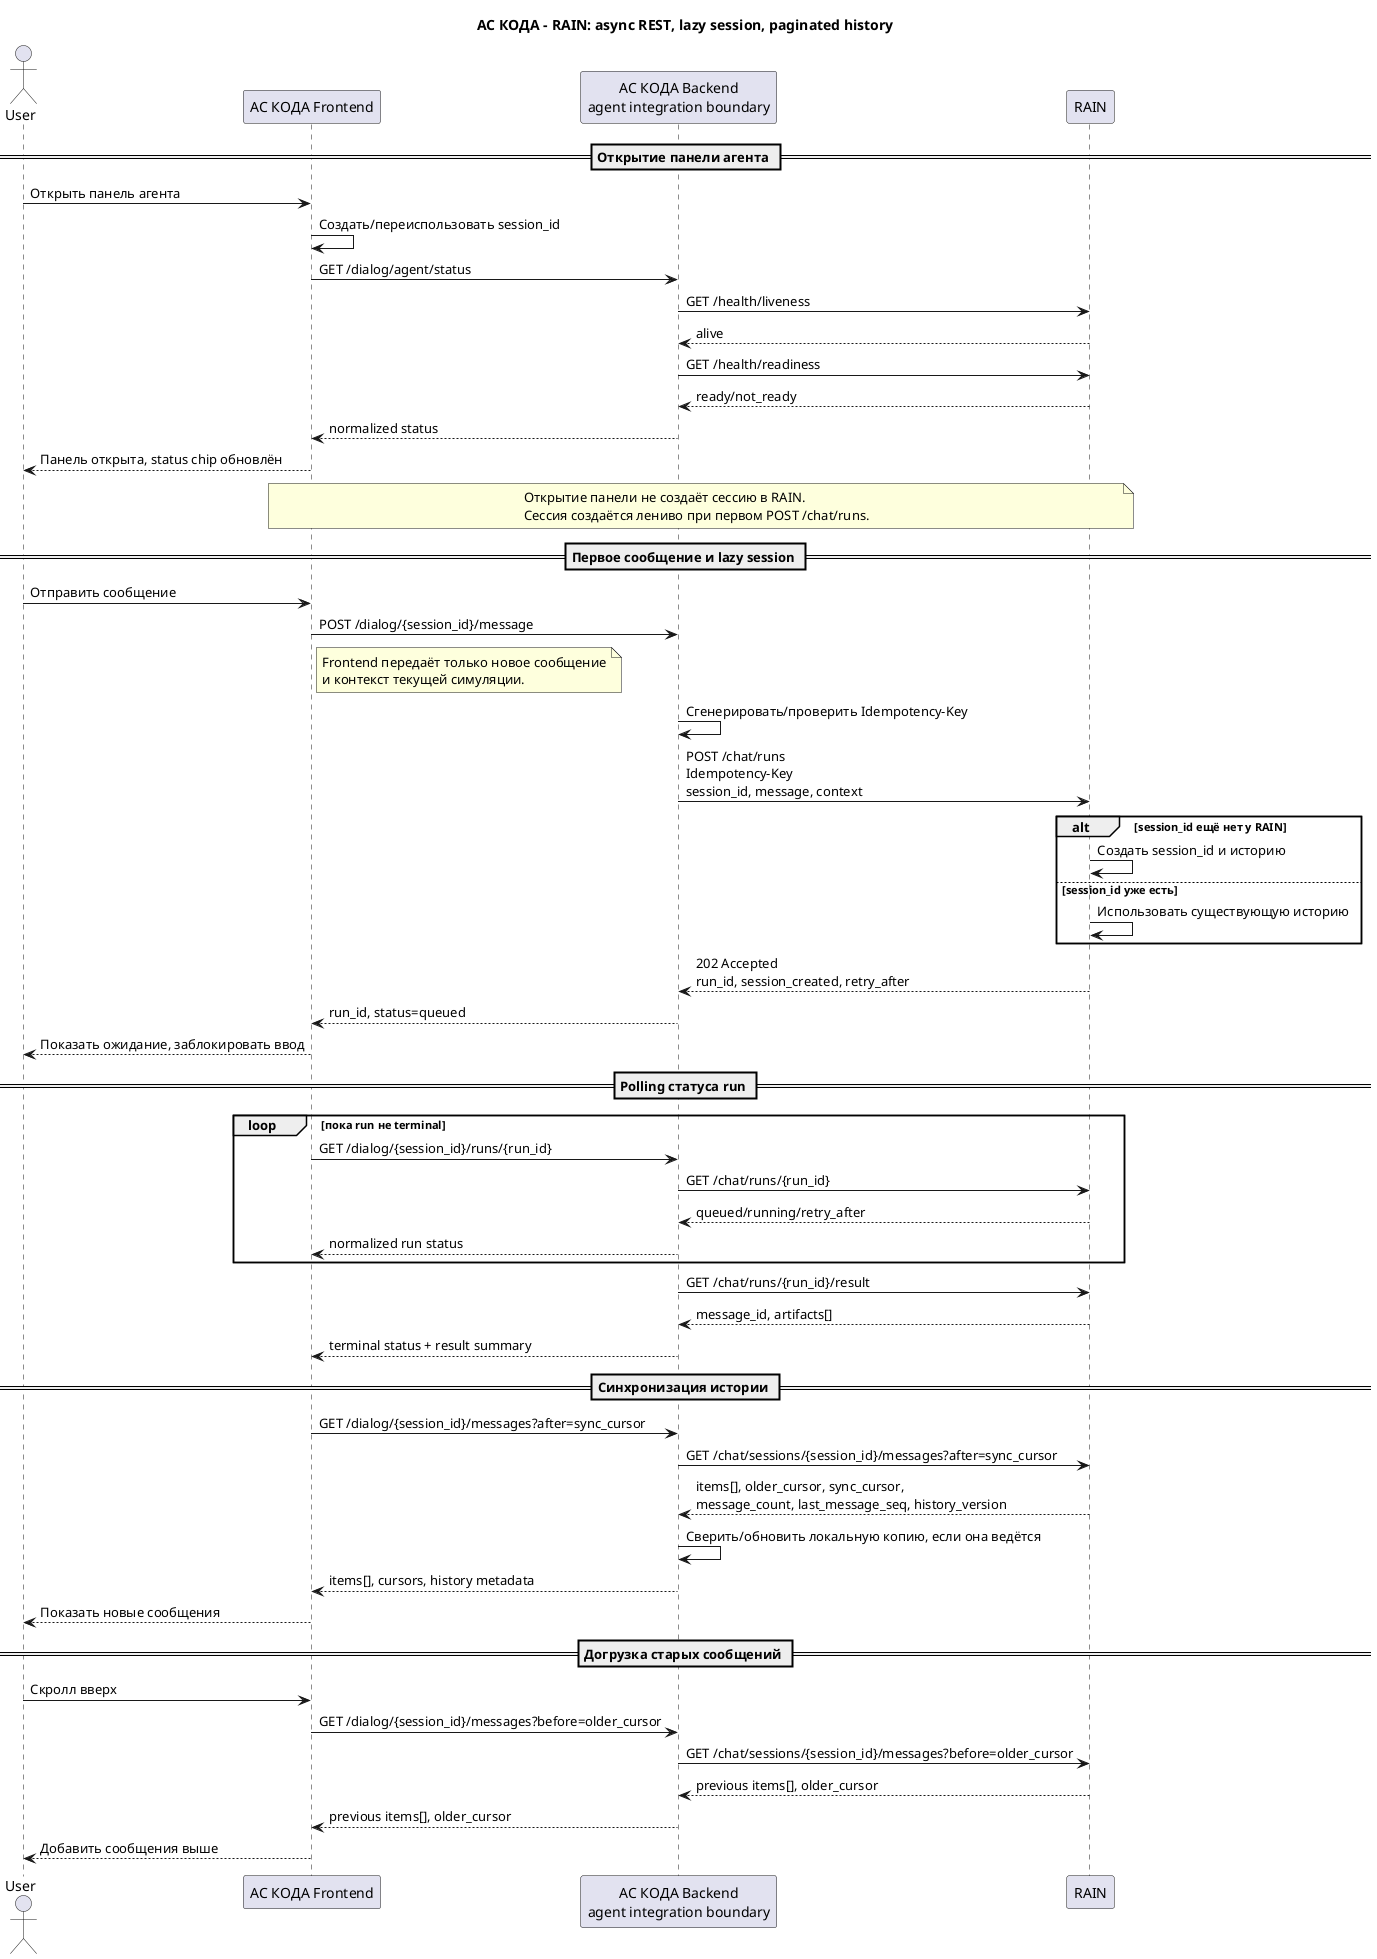
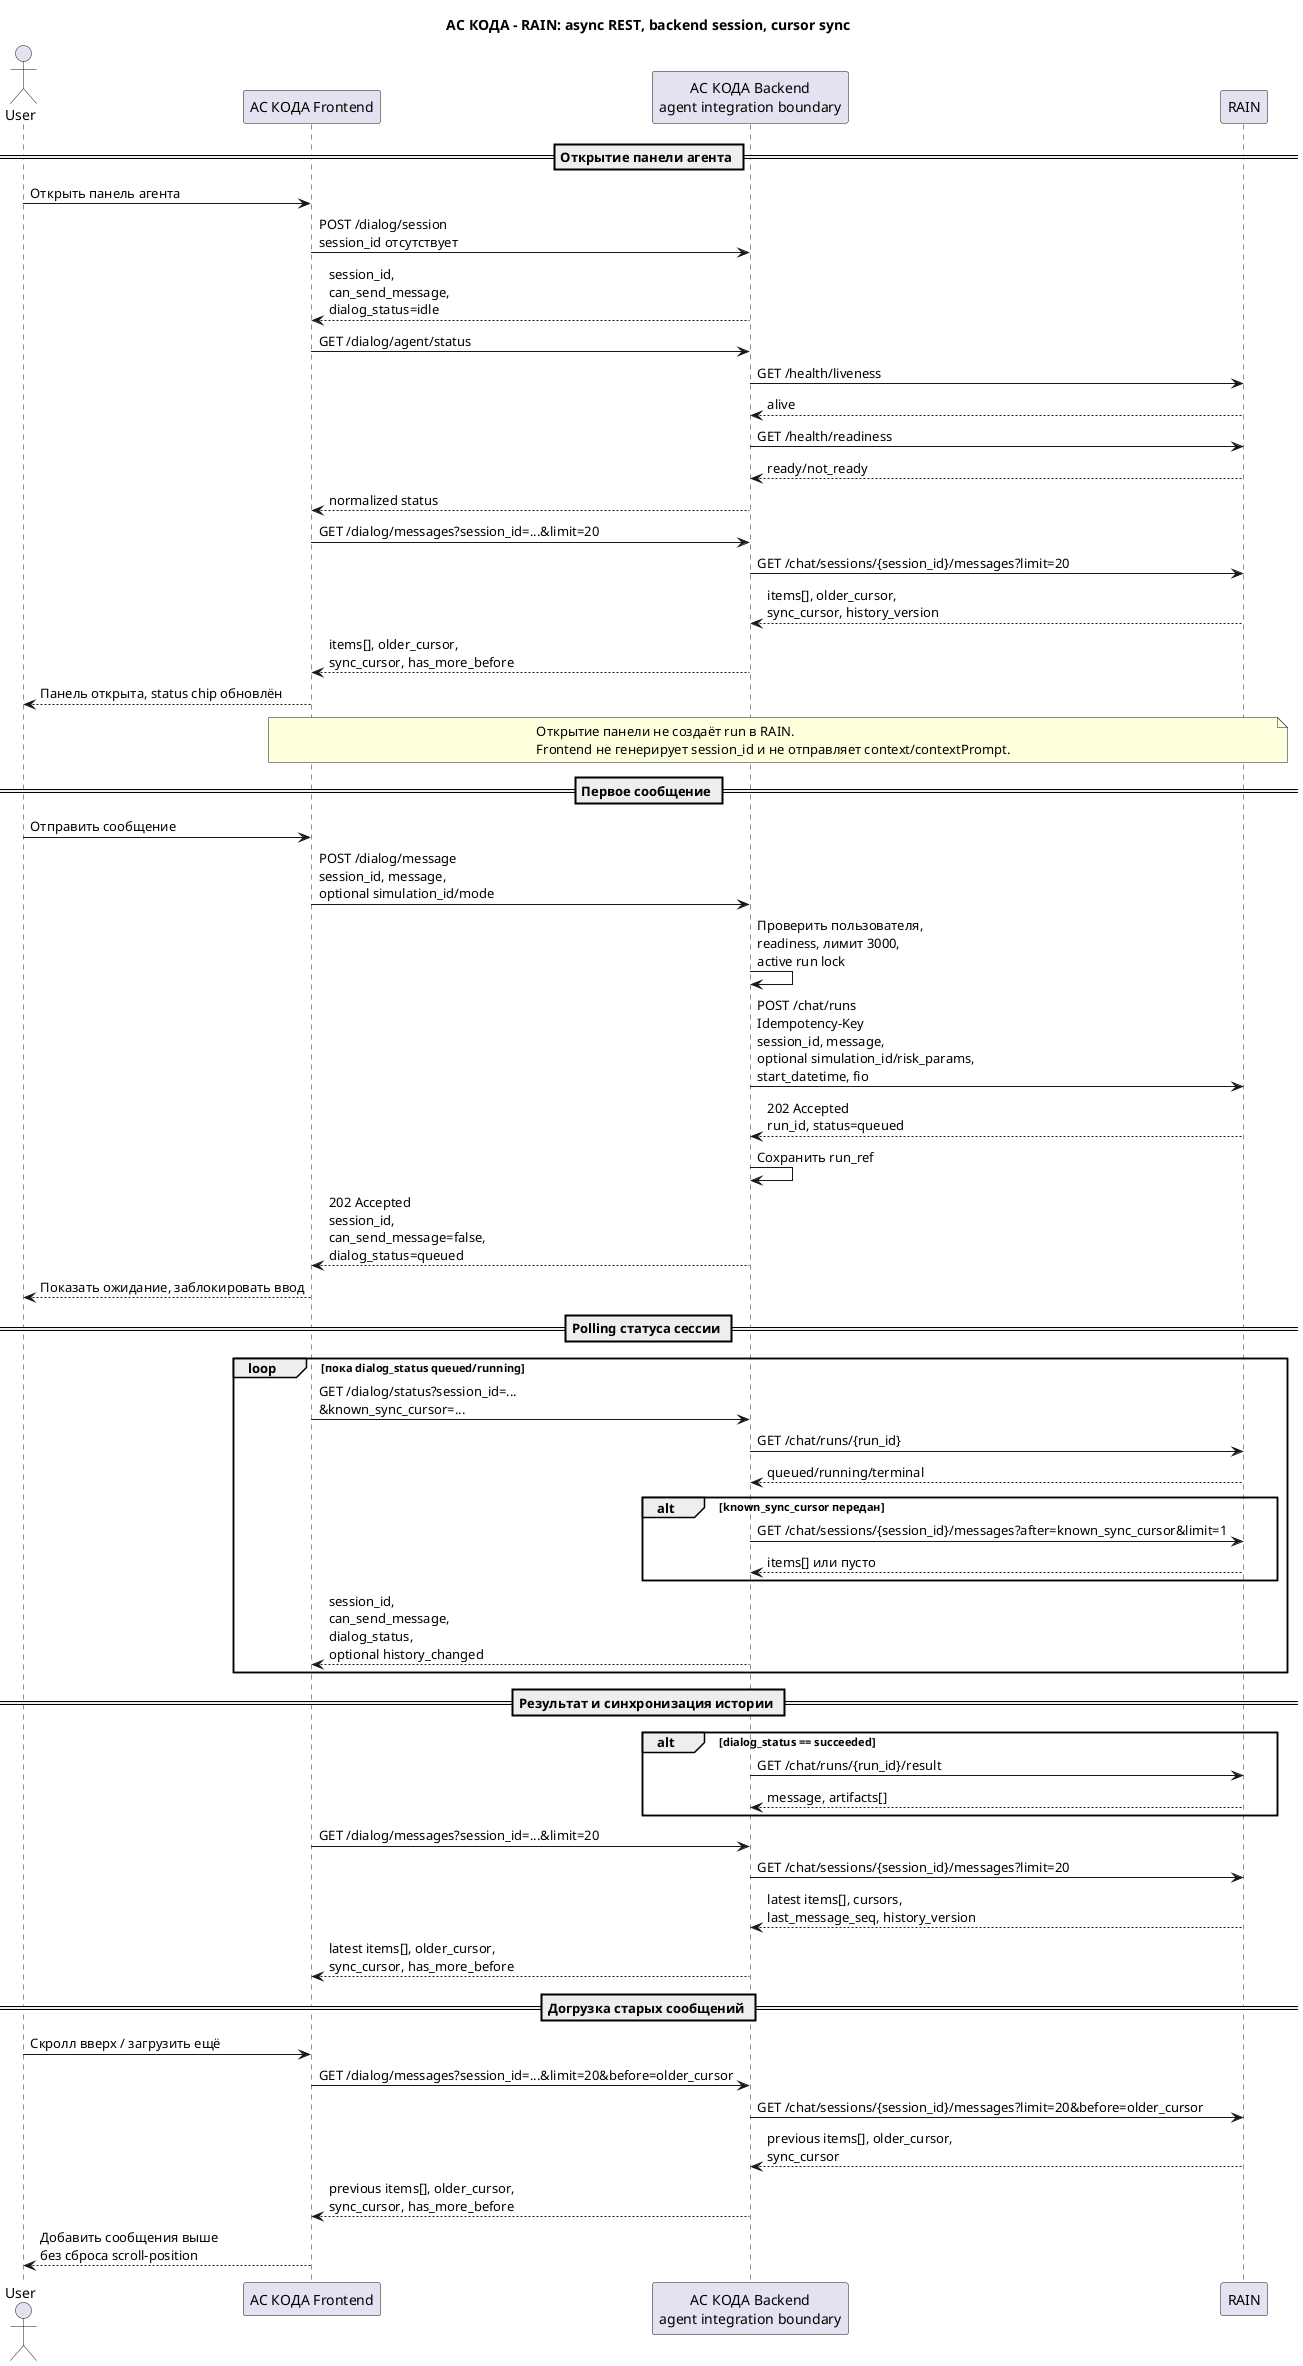
@startuml
- title АС КОДА - RAIN: async REST, lazy session, paginated history
+ title АС КОДА - RAIN: async REST, backend session, cursor sync

actor User as U
participant "АС КОДА Frontend" as FE
participant "АС КОДА Backend\nagent integration boundary" as BE
participant "RAIN" as RAIN

== Открытие панели агента ==
U -> FE: Открыть панель агента
- FE -> FE: Создать/переиспользовать session_id
+ FE -> BE: POST /dialog/session\nsession_id отсутствует
+ BE --> FE: session_id,\ncan_send_message,\ndialog_status=idle
FE -> BE: GET /dialog/agent/status
BE -> RAIN: GET /health/liveness
RAIN --> BE: alive
BE -> RAIN: GET /health/readiness
RAIN --> BE: ready/not_ready
BE --> FE: normalized status
+ FE -> BE: GET /dialog/messages?session_id=...&limit=20
+ BE -> RAIN: GET /chat/sessions/{session_id}/messages?limit=20
+ RAIN --> BE: items[], older_cursor,\nsync_cursor, history_version
+ BE --> FE: items[], older_cursor,\nsync_cursor, has_more_before
FE --> U: Панель открыта, status chip обновлён

note over FE,RAIN
- Открытие панели не создаёт сессию в RAIN.
- Сессия создаётся лениво при первом POST /chat/runs.
+ Открытие панели не создаёт run в RAIN.
+ Frontend не генерирует session_id и не отправляет context/contextPrompt.
end note

- == Первое сообщение и lazy session ==
+ == Первое сообщение ==
U -> FE: Отправить сообщение
- FE -> BE: POST /dialog/{session_id}/message
- note right of FE
- Frontend передаёт только новое сообщение
- и контекст текущей симуляции.
- end note
- BE -> BE: Сгенерировать/проверить Idempotency-Key
- BE -> RAIN: POST /chat/runs\nIdempotency-Key\nsession_id, message, context
- alt session_id ещё нет у RAIN
-   RAIN -> RAIN: Создать session_id и историю
- else session_id уже есть
-   RAIN -> RAIN: Использовать существующую историю
- end
- RAIN --> BE: 202 Accepted\nrun_id, session_created, retry_after
- BE --> FE: run_id, status=queued
+ FE -> BE: POST /dialog/message\nsession_id, message,\noptional simulation_id/mode
+ BE -> BE: Проверить пользователя,\nreadiness, лимит 3000,\nactive run lock
+ BE -> RAIN: POST /chat/runs\nIdempotency-Key\nsession_id, message,\noptional simulation_id/risk_params,\nstart_datetime, fio
+ RAIN --> BE: 202 Accepted\nrun_id, status=queued
+ BE -> BE: Сохранить run_ref
+ BE --> FE: 202 Accepted\nsession_id,\ncan_send_message=false,\ndialog_status=queued
FE --> U: Показать ожидание, заблокировать ввод

- == Polling статуса run ==
- loop пока run не terminal
-   FE -> BE: GET /dialog/{session_id}/runs/{run_id}
+ == Polling статуса сессии ==
+ loop пока dialog_status queued/running
+   FE -> BE: GET /dialog/status?session_id=...\n&known_sync_cursor=...
  BE -> RAIN: GET /chat/runs/{run_id}
-   RAIN --> BE: queued/running/retry_after
-   BE --> FE: normalized run status
+   RAIN --> BE: queued/running/terminal
+   alt known_sync_cursor передан
+     BE -> RAIN: GET /chat/sessions/{session_id}/messages?after=known_sync_cursor&limit=1
+     RAIN --> BE: items[] или пусто
+   end
+   BE --> FE: session_id,\ncan_send_message,\ndialog_status,\noptional history_changed
end

- BE -> RAIN: GET /chat/runs/{run_id}/result
- RAIN --> BE: message_id, artifacts[]
- BE --> FE: terminal status + result summary
+ == Результат и синхронизация истории ==
+ alt dialog_status == succeeded
+   BE -> RAIN: GET /chat/runs/{run_id}/result
+   RAIN --> BE: message, artifacts[]
+ end

- == Синхронизация истории ==
- FE -> BE: GET /dialog/{session_id}/messages?after=sync_cursor
- BE -> RAIN: GET /chat/sessions/{session_id}/messages?after=sync_cursor
- RAIN --> BE: items[], older_cursor, sync_cursor,\nmessage_count, last_message_seq, history_version
- BE -> BE: Сверить/обновить локальную копию, если она ведётся
- BE --> FE: items[], cursors, history metadata
- FE --> U: Показать новые сообщения
+ FE -> BE: GET /dialog/messages?session_id=...&limit=20
+ BE -> RAIN: GET /chat/sessions/{session_id}/messages?limit=20
+ RAIN --> BE: latest items[], cursors,\nlast_message_seq, history_version
+ BE --> FE: latest items[], older_cursor,\nsync_cursor, has_more_before

== Догрузка старых сообщений ==
- U -> FE: Скролл вверх
- FE -> BE: GET /dialog/{session_id}/messages?before=older_cursor
- BE -> RAIN: GET /chat/sessions/{session_id}/messages?before=older_cursor
- RAIN --> BE: previous items[], older_cursor
- BE --> FE: previous items[], older_cursor
- FE --> U: Добавить сообщения выше
+ U -> FE: Скролл вверх / загрузить ещё
+ FE -> BE: GET /dialog/messages?session_id=...&limit=20&before=older_cursor
+ BE -> RAIN: GET /chat/sessions/{session_id}/messages?limit=20&before=older_cursor
+ RAIN --> BE: previous items[], older_cursor,\nsync_cursor
+ BE --> FE: previous items[], older_cursor,\nsync_cursor, has_more_before
+ FE --> U: Добавить сообщения выше\nбез сброса scroll-position
@enduml
